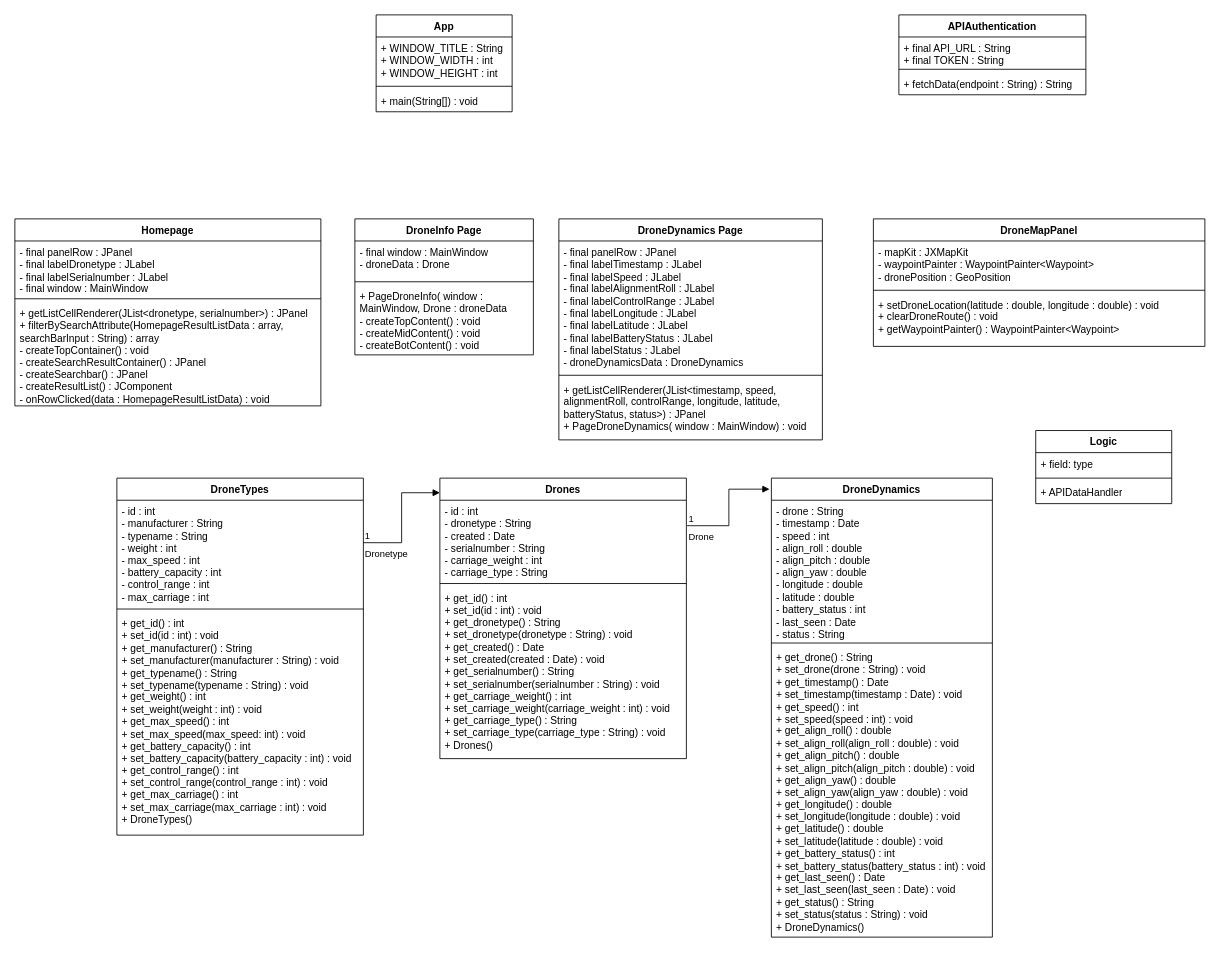
The draw.io diagram Unbenanntes Diagramm.drawio in TriesteCitizen/Drone-Simulator-Project, before the edit. Source tidied: cells renumbered, new cells numbered last; positions are measured from the earlier drawing's top-left corner, leaving out a move shared by most shapes. Both pictures are drawn from the tidied source at 85%, with x=0, y=0 at pixel (14, 14).
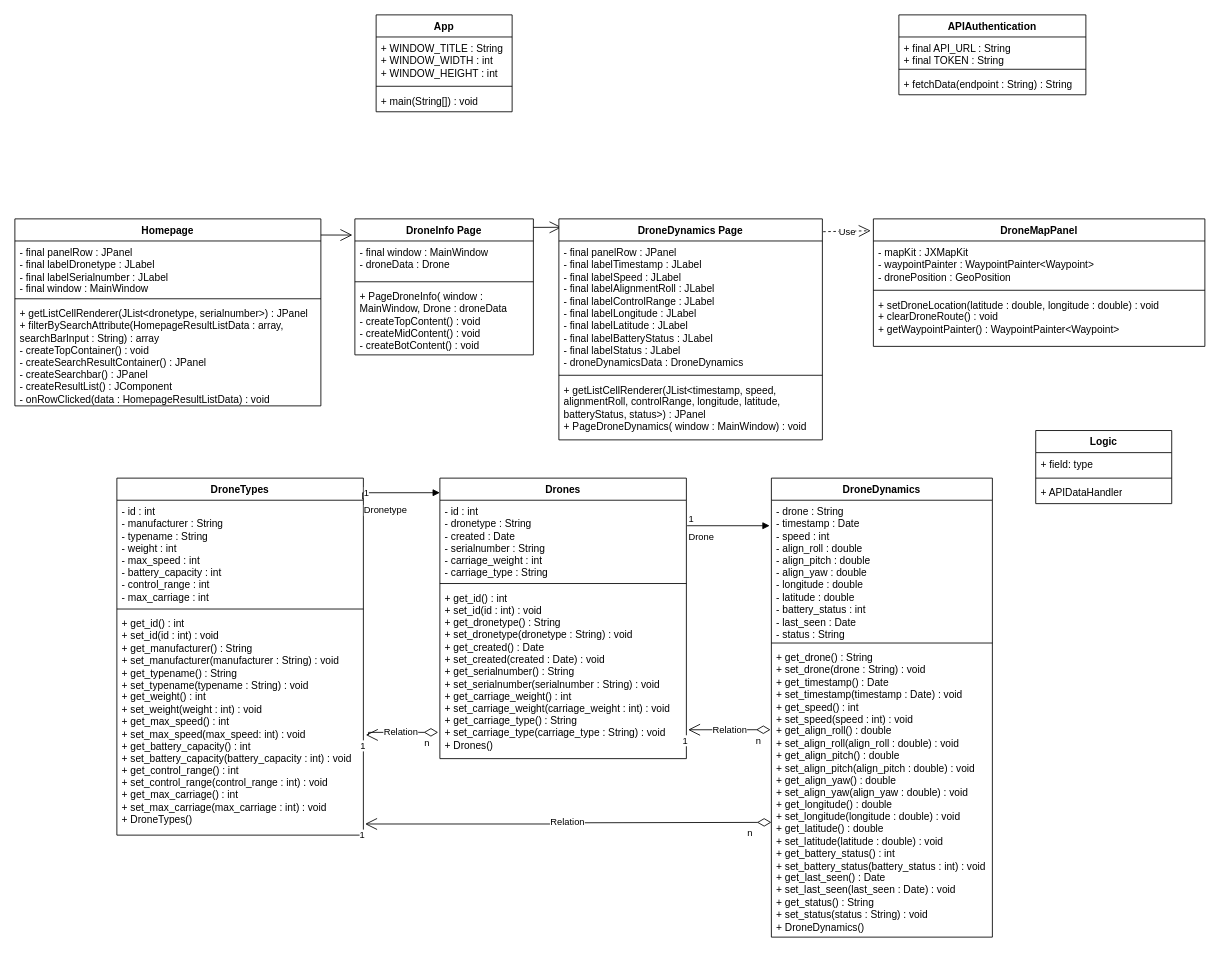
The same diagram, later.

Unchanged cells that the change refers to:
```xml
<mxCell id="3" value="&lt;div&gt;- id : int&lt;/div&gt;&lt;div&gt;- manufacturer : String&lt;/div&gt;&lt;div&gt;- typename : String&lt;/div&gt;&lt;div&gt;- weight : int&lt;/div&gt;&lt;div&gt;- max_speed : int&lt;/div&gt;&lt;div&gt;- battery_capacity : int&lt;/div&gt;&lt;div&gt;- control_range : int&lt;/div&gt;&lt;div&gt;- max_carriage : int&lt;br&gt;&lt;/div&gt;&lt;div&gt;&lt;br&gt;&lt;/div&gt;" style="text;strokeColor=none;fillColor=none;align=left;verticalAlign=top;spacingLeft=4;spacingRight=4;overflow=hidden;points=[[0,0.5],[1,0.5]];portConstraint=eastwest;whiteSpace=wrap;html=1;" parent="2" vertex="1">
  <mxGeometry y="26" width="290" height="124" as="geometry" />
</mxCell>
<mxCell id="5" value="&lt;div&gt;+ get_id() : int&lt;/div&gt;&lt;div&gt;+ set_id(id : int) : void&lt;/div&gt;&lt;div&gt;+ get_manufacturer() : String&lt;/div&gt;&lt;div&gt;+ set_manufacturer(manufacturer : String) : void&lt;/div&gt;&lt;div&gt;+ get_typename() : String&lt;/div&gt;&lt;div&gt;+ set_typename(typename : String) : void&lt;/div&gt;&lt;div&gt;+ get_weight() : int&lt;/div&gt;&lt;div&gt;+ set_weight(weight : int) : void&lt;/div&gt;&lt;div&gt;+ get_max_speed() : int&lt;/div&gt;&lt;div&gt;+ set_max_speed(max_speed: int) : void&lt;/div&gt;&lt;div&gt;+ get_battery_capacity() : int&lt;br&gt;&lt;/div&gt;&lt;div&gt;+ set_battery_capacity(battery_capacity : int) : void&lt;/div&gt;&lt;div&gt;+ get_control_range() : int&lt;/div&gt;&lt;div&gt;+ set_control_range(control_range : int) : void&lt;/div&gt;&lt;div&gt;+ get_max_carriage() : int&lt;/div&gt;&lt;div&gt;+ set_max_carriage(max_carriage : int) : void&amp;nbsp; &lt;br&gt;&lt;/div&gt;&lt;div&gt;+ DroneTypes()&lt;br&gt;&lt;/div&gt;&lt;div&gt;&lt;br&gt;&lt;/div&gt;" style="text;strokeColor=none;fillColor=none;align=left;verticalAlign=top;spacingLeft=4;spacingRight=4;overflow=hidden;points=[[0,0.5],[1,0.5]];portConstraint=eastwest;whiteSpace=wrap;html=1;" parent="2" vertex="1">
  <mxGeometry y="158" width="290" height="262" as="geometry" />
</mxCell>
<mxCell id="6" value="Drones" style="swimlane;fontStyle=1;align=center;verticalAlign=top;horizontal=1;startSize=26;whiteSpace=wrap;html=1;" parent="1" vertex="1">
  <mxGeometry x="500" y="545" width="290" height="330" as="geometry" />
</mxCell>
<mxCell id="7" value="&lt;div&gt;- id : int&lt;/div&gt;&lt;div&gt;- dronetype : String&lt;/div&gt;&lt;div&gt;- created : Date&lt;/div&gt;&lt;div&gt;- serialnumber : String&lt;/div&gt;&lt;div&gt;- carriage_weight : int&lt;/div&gt;&lt;div&gt;- carriage_type : String&lt;br&gt;&lt;/div&gt;" style="text;strokeColor=none;fillColor=none;align=left;verticalAlign=top;spacingLeft=4;spacingRight=4;overflow=hidden;points=[[0,0.5],[1,0.5]];portConstraint=eastwest;whiteSpace=wrap;html=1;" parent="6" vertex="1">
  <mxGeometry y="26" width="290" height="94" as="geometry" />
</mxCell>
<mxCell id="9" value="&lt;div&gt;+ get_id() : int&lt;/div&gt;&lt;div&gt;+ set_id(id : int) : void&lt;/div&gt;&lt;div&gt;+ get_dronetype() : String&lt;/div&gt;&lt;div&gt;+ set_dronetype(dronetype : String) : void &lt;br&gt;&lt;/div&gt;&lt;div&gt;+ get_created() : Date&lt;/div&gt;&lt;div&gt;+ set_created(created : Date) : void&lt;/div&gt;&lt;div&gt;+ get_serialnumber() : String&lt;/div&gt;&lt;div&gt;+ set_serialnumber(serialnumber : String) : void&lt;br&gt;&lt;/div&gt;&lt;div&gt;+ get_carriage_weight() : int&lt;/div&gt;&lt;div&gt;+ set_carriage_weight(carriage_weight : int) : void&lt;/div&gt;&lt;div&gt;+ get_carriage_type() : String&lt;/div&gt;&lt;div&gt;+ set_carriage_type(carriage_type : String) : void&lt;/div&gt;&lt;div&gt;+ Drones()&lt;br&gt;&lt;/div&gt;" style="text;strokeColor=none;fillColor=none;align=left;verticalAlign=top;spacingLeft=4;spacingRight=4;overflow=hidden;points=[[0,0.5],[1,0.5]];portConstraint=eastwest;whiteSpace=wrap;html=1;" parent="6" vertex="1">
  <mxGeometry y="128" width="290" height="202" as="geometry" />
</mxCell>
<mxCell id="10" value="DroneDynamics" style="swimlane;fontStyle=1;align=center;verticalAlign=top;horizontal=1;startSize=26;whiteSpace=wrap;html=1;" parent="1" vertex="1">
  <mxGeometry x="890" y="545" width="260" height="540" as="geometry" />
</mxCell>
<mxCell id="14" value="DroneMapPanel" style="swimlane;fontStyle=1;align=center;verticalAlign=top;horizontal=1;startSize=26;whiteSpace=wrap;html=1;" parent="1" vertex="1">
  <mxGeometry x="1010" y="240" width="390" height="150" as="geometry" />
</mxCell>
<mxCell id="26" value="Homepage" style="swimlane;fontStyle=1;align=center;verticalAlign=top;horizontal=1;startSize=26;whiteSpace=wrap;html=1;" parent="1" vertex="1">
  <mxGeometry y="240" width="360" height="220" as="geometry" />
</mxCell>
<mxCell id="30" value="DroneInfo Page" style="swimlane;fontStyle=1;align=center;verticalAlign=top;horizontal=1;startSize=26;whiteSpace=wrap;html=1;" parent="1" vertex="1">
  <mxGeometry x="400" y="240" width="210" height="160" as="geometry" />
</mxCell>
<mxCell id="34" value="DroneDynamics Page" style="swimlane;fontStyle=1;align=center;verticalAlign=top;horizontal=1;startSize=26;whiteSpace=wrap;html=1;" parent="1" vertex="1">
  <mxGeometry x="640" y="240" width="310" height="260" as="geometry" />
</mxCell>
```

What changed in the source:
```diff
@@
+    <mxCell id="46" value="Relation" style="endArrow=open;html=1;endSize=12;startArrow=diamondThin;startSize=14;startFill=0;edgeStyle=orthogonalEdgeStyle;rounded=0;entryX=1.007;entryY=0.95;entryDx=0;entryDy=0;entryPerimeter=0;" parent="10" edge="1" target="5">
+      <mxGeometry relative="1" as="geometry">
+        <mxPoint y="405" as="sourcePoint" />
+      </mxGeometry>
+    </mxCell>
+    <mxCell id="47" value="n" style="edgeLabel;html=1;align=left;verticalAlign=top;" parent="46" vertex="1">
+      <mxGeometry x="-1" relative="1" as="geometry">
+        <mxPoint x="-30" as="offset" />
+      </mxGeometry>
+    </mxCell>
+    <mxCell id="48" value="1" style="edgeLabel;html=1;align=right;verticalAlign=top;" parent="46" vertex="1">
+      <mxGeometry x="1" relative="1" as="geometry" />
+    </mxCell>
@@
+    <mxCell id="49" style="endArrow=open;endFill=1;endSize=12;html=1;rounded=0;entryX=-0.014;entryY=0.119;entryDx=0;entryDy=0;entryPerimeter=0;" parent="26" edge="1" target="30">
+      <mxGeometry relative="1" as="geometry">
+        <mxPoint x="360" y="19" as="sourcePoint" />
+      </mxGeometry>
+    </mxCell>
@@
+    <mxCell id="50" style="endArrow=open;endFill=1;endSize=12;html=1;rounded=0;entryX=0.01;entryY=0.038;entryDx=0;entryDy=0;entryPerimeter=0;" parent="30" edge="1" target="34">
+      <mxGeometry relative="1" as="geometry">
+        <mxPoint x="210" y="10" as="sourcePoint" />
+      </mxGeometry>
+    </mxCell>
@@
-    <mxCell id="42" value="&lt;div&gt;Drone&lt;/div&gt;" style="endArrow=block;endFill=1;html=1;edgeStyle=orthogonalEdgeStyle;align=left;verticalAlign=top;rounded=0;entryX=-0.008;entryY=0.024;entryDx=0;entryDy=0;entryPerimeter=0;exitX=1.003;exitY=0.319;exitDx=0;exitDy=0;exitPerimeter=0;" parent="1" edge="1" source="7" target="10">
-      <mxGeometry x="-1" relative="1" as="geometry" />
+    <mxCell id="42" value="&lt;div&gt;Drone&lt;/div&gt;" style="endArrow=block;endFill=1;html=1;edgeStyle=orthogonalEdgeStyle;align=left;verticalAlign=top;rounded=0;exitX=1.003;exitY=0.319;exitDx=0;exitDy=0;exitPerimeter=0;" parent="1" edge="1" source="7">
+      <mxGeometry x="-1" relative="1" as="geometry">
+        <mxPoint x="888" y="601" as="targetPoint" />
+        <Array as="points">
+          <mxPoint x="888" y="601" />
+        </Array>
+      </mxGeometry>
     </mxCell>
@@
-    <mxCell id="44" value="Dronetype" style="endArrow=block;endFill=1;html=1;edgeStyle=orthogonalEdgeStyle;align=left;verticalAlign=top;rounded=0;entryX=0;entryY=0.052;entryDx=0;entryDy=0;entryPerimeter=0;exitX=1;exitY=0.403;exitDx=0;exitDy=0;exitPerimeter=0;" parent="1" edge="1" source="3" target="6">
-      <mxGeometry x="-1" relative="1" as="geometry" />
+    <mxCell id="44" value="Dronetype" style="endArrow=block;endFill=1;html=1;edgeStyle=orthogonalEdgeStyle;align=left;verticalAlign=top;rounded=0;entryX=0;entryY=0.052;entryDx=0;entryDy=0;entryPerimeter=0;exitX=0.997;exitY=-0.008;exitDx=0;exitDy=0;exitPerimeter=0;" parent="1" edge="1" source="3" target="6">
+      <mxGeometry x="-1" relative="1" as="geometry">
+        <Array as="points">
+          <mxPoint x="409" y="562" />
+        </Array>
+      </mxGeometry>
     </mxCell>
@@
+    <mxCell id="51" value="Relation" style="endArrow=open;html=1;endSize=12;startArrow=diamondThin;startSize=14;startFill=0;edgeStyle=orthogonalEdgeStyle;rounded=0;entryX=1.01;entryY=0.55;entryDx=0;entryDy=0;entryPerimeter=0;exitX=-0.007;exitY=0.847;exitDx=0;exitDy=0;exitPerimeter=0;" parent="1" edge="1" source="9" target="5">
+      <mxGeometry relative="1" as="geometry">
+        <Array as="points">
+          <mxPoint x="416" y="844" />
+          <mxPoint x="416" y="847" />
+        </Array>
+      </mxGeometry>
+    </mxCell>
+    <mxCell id="52" value="n" style="edgeLabel;html=1;align=left;verticalAlign=top;" parent="51" vertex="1">
+      <mxGeometry x="-1" relative="1" as="geometry">
+        <mxPoint x="-18" as="offset" />
+      </mxGeometry>
+    </mxCell>
+    <mxCell id="53" value="1" style="edgeLabel;html=1;align=right;verticalAlign=top;" parent="51" vertex="1">
+      <mxGeometry x="1" relative="1" as="geometry" />
+    </mxCell>
+    <mxCell id="54" value="Relation" style="endArrow=open;html=1;endSize=12;startArrow=diamondThin;startSize=14;startFill=0;edgeStyle=orthogonalEdgeStyle;rounded=0;entryX=1.007;entryY=0.832;entryDx=0;entryDy=0;entryPerimeter=0;" parent="1" edge="1" target="9">
+      <mxGeometry relative="1" as="geometry">
+        <mxPoint x="889" y="841" as="sourcePoint" />
+        <Array as="points">
+          <mxPoint x="889" y="841" />
+        </Array>
+      </mxGeometry>
+    </mxCell>
+    <mxCell id="55" value="n" style="edgeLabel;html=1;align=left;verticalAlign=top;" parent="54" vertex="1">
+      <mxGeometry x="-1" relative="1" as="geometry">
+        <mxPoint x="-19" as="offset" />
+      </mxGeometry>
+    </mxCell>
+    <mxCell id="56" value="1" style="edgeLabel;html=1;align=right;verticalAlign=top;" parent="54" vertex="1">
+      <mxGeometry x="1" relative="1" as="geometry" />
+    </mxCell>
+    <mxCell id="57" value="Use" style="endArrow=open;endSize=12;dashed=1;html=1;rounded=0;entryX=-0.008;entryY=0.093;entryDx=0;entryDy=0;entryPerimeter=0;exitX=1.003;exitY=0.058;exitDx=0;exitDy=0;exitPerimeter=0;" parent="1" edge="1" source="34" target="14">
+      <mxGeometry relative="1" as="geometry" />
+    </mxCell>
```
